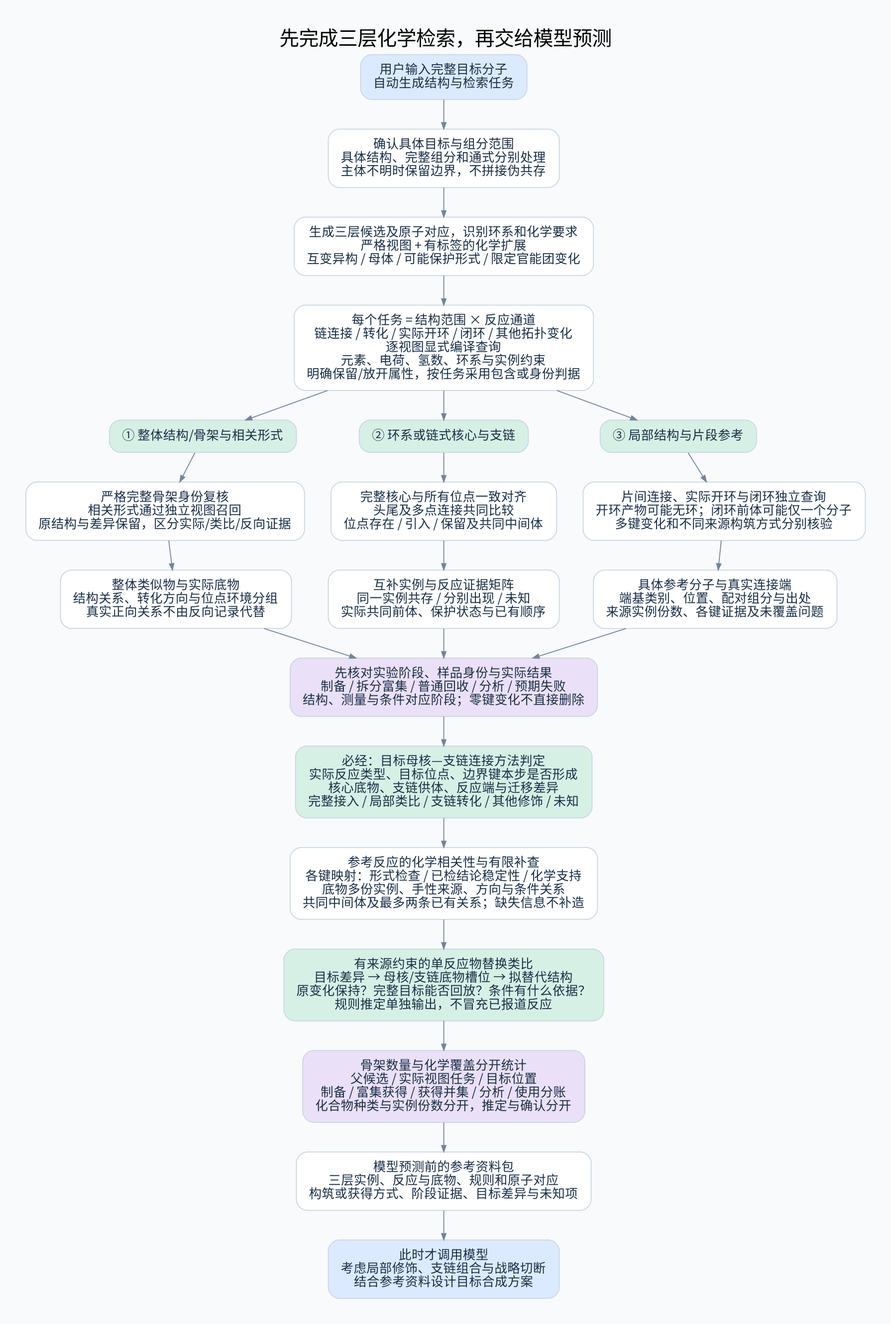
Before: diagrams/scaffold-search.png, a diagram exported from Graphviz (825728139/substructure_search). Its source is kept beside it as diagrams/scaffold-search.dot.
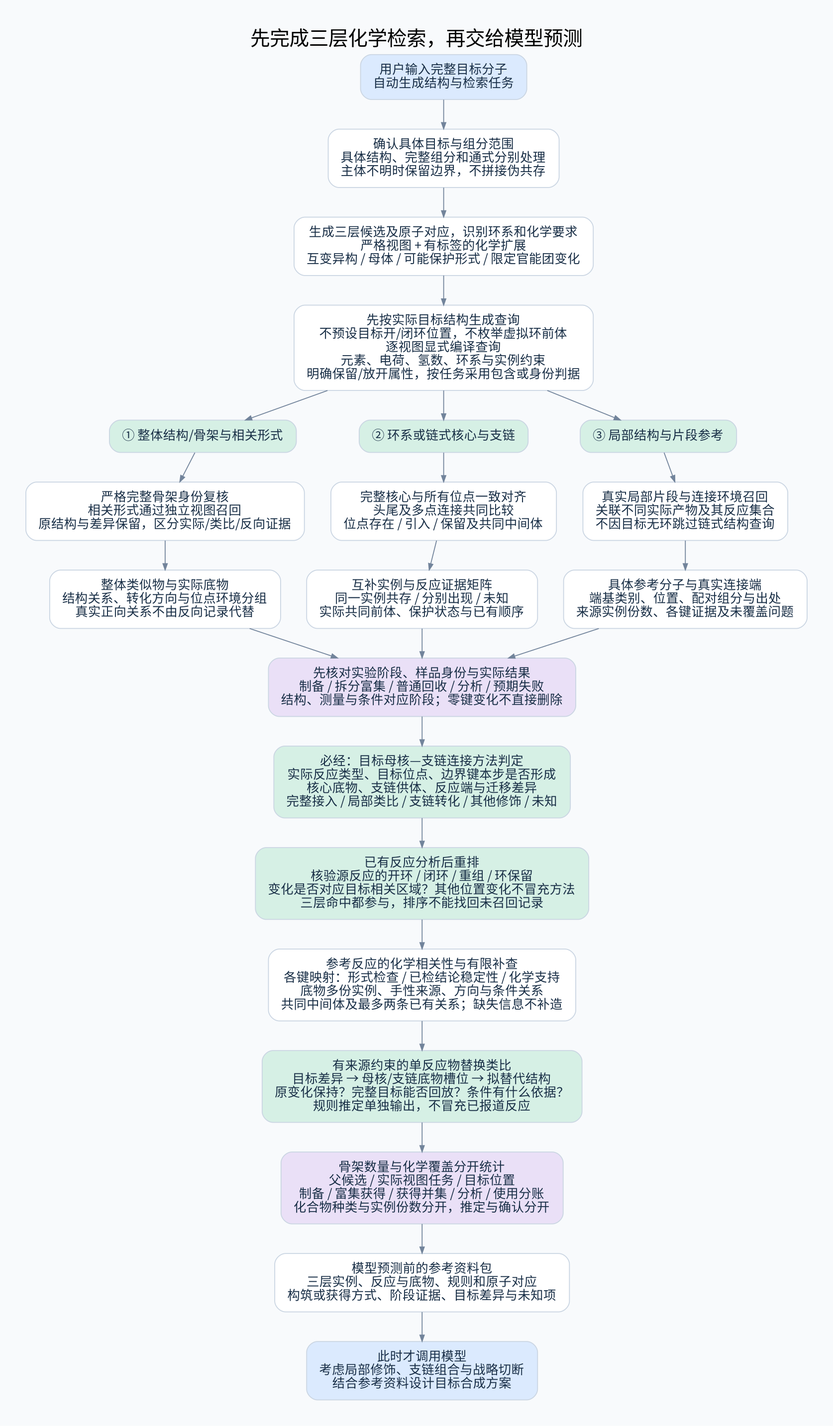
Above is the later version.

The edit, as a diff of the source:
```diff
@@ -19,9 +19,9 @@
 c1 [label="完整核心与所有位点一致对齐
 头尾及多点连接共同比较
 位点存在 / 引入 / 保留及共同中间体"];
-f1 [label="片间连接、实际开环与闭环独立查询
-开环产物可能无环；闭环前体可能仅一个分子
-多键变化和不同来源构筑方式分别核验"];
+f1 [label="真实局部片段与连接环境召回
+关联不同实际产物及其反应集合
+不因目标无环跳过链式结构查询"];
 g2 [label="整体类似物与实际底物
 结构关系、转化方向与位点环境分组
 真实正向关系不由反向记录代替"];
@@ -52,8 +52,8 @@
 具体结构、完整组分和通式分别处理
 主体不明时保留边界，不拼接伪共存"];
 a -> input_scope -> b;
-compiled [label="每个任务 = 结构范围 × 反应通道
-链连接 / 转化 / 实际开环 / 闭环 / 其他拓扑变化
+compiled [label="先按实际目标结构生成查询
+不预设目标开/闭环位置，不枚举虚拟环前体
 逐视图显式编译查询
 元素、电荷、氢数、环系与实例约束
 明确保留/放开属性，按任务采用包含或身份判据"];
@@ -70,5 +70,9 @@
 目标差异 → 母核/支链底物槽位 → 拟替代结构
 原变化保持？完整目标能否回放？条件有什么依据？
 规则推定单独输出，不冒充已报道反应", fillcolor="#D6F0E5"];
-roles -> attachment -> quality -> transfer -> stats -> pack -> model;
+topology_assessment [label="已有反应分析后重排
+核验源反应的开环 / 闭环 / 重组 / 环保留
+变化是否对应目标相关区域？其他位置变化不冒充方法
+三层命中都参与，排序不能找回未召回记录", fillcolor="#D6F0E5"];
+roles -> attachment -> topology_assessment -> quality -> transfer -> stats -> pack -> model;
 }
```
